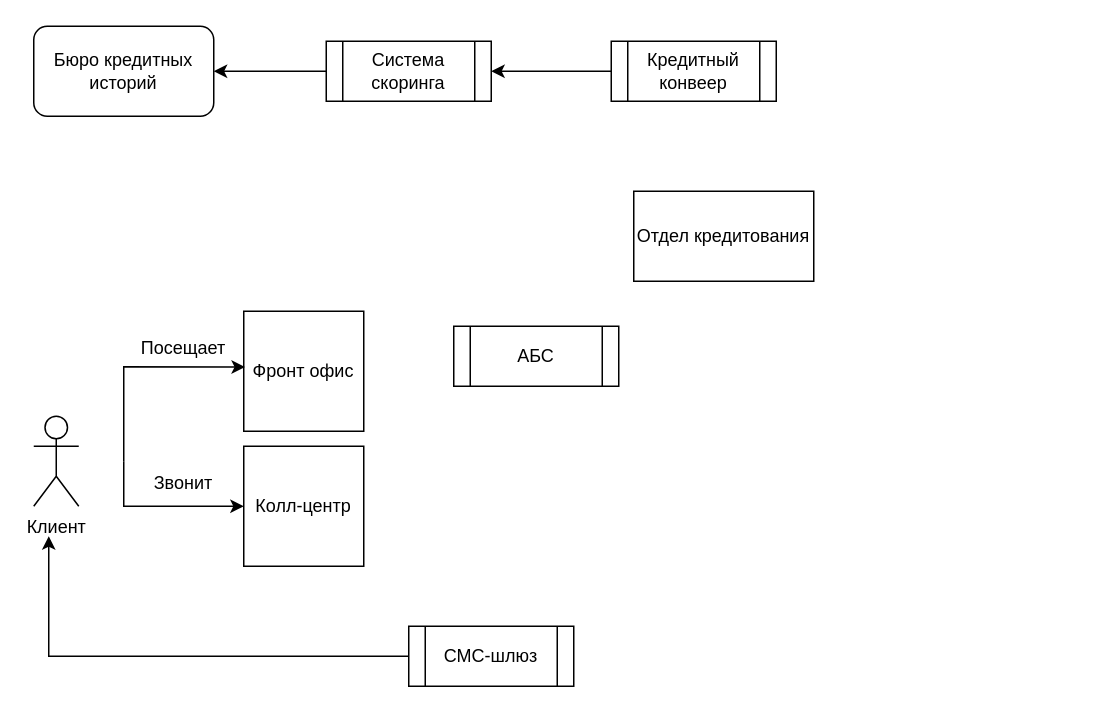
This is Task1/integration.drawio from grem0087/architecture-pro-standart, a draw.io file, before an edit. Source tidied: cells renumbered, new cells numbered last; positions are measured from the earlier drawing's top-left corner, leaving out a move shared by most shapes. Both pictures are drawn from the tidied source at 150%, with x=0, y=0 at pixel (33, 26).
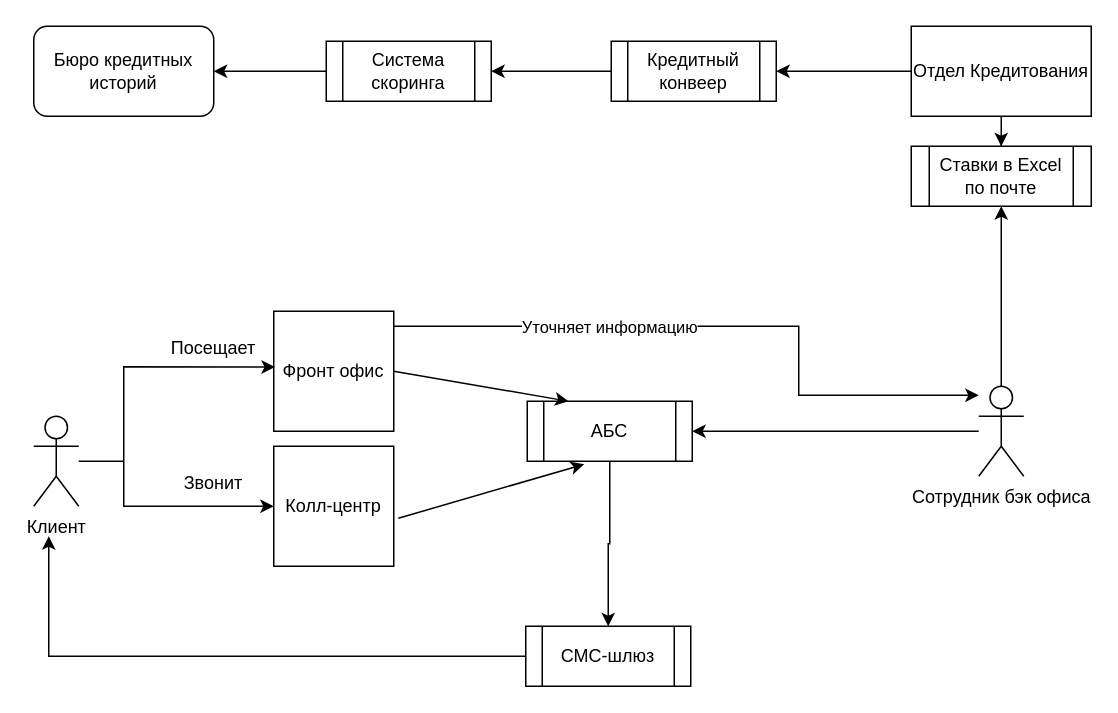
Above is the later version.

Unchanged cells that the change refers to:
```xml
<mxCell id="2" value="Клиент" style="shape=umlActor;verticalLabelPosition=bottom;verticalAlign=top;html=1;outlineConnect=0;" parent="1" vertex="1">
  <mxGeometry y="260" width="30" height="60" as="geometry" />
</mxCell>
<mxCell id="10" value="Кредитный конвеер" style="shape=process;whiteSpace=wrap;html=1;backgroundOutline=1;" parent="1" vertex="1">
  <mxGeometry x="385" y="10" width="110" height="40" as="geometry" />
</mxCell>
```

Change to the diagram source:
```diff
@@
+    <mxCell id="18" style="edgeStyle=orthogonalEdgeStyle;rounded=0;jettySize=auto;html=1;" parent="1" edge="1" source="3">
+      <mxGeometry relative="1" as="geometry">
+        <mxPoint x="630" y="246" as="targetPoint" />
+        <Array as="points">
+          <mxPoint x="510" y="200" />
+          <mxPoint x="510" y="246" />
+        </Array>
+      </mxGeometry>
+    </mxCell>
+    <mxCell id="19" value="Уточняет информацию" style="edgeLabel;html=1;align=center;verticalAlign=middle;" parent="18" vertex="1">
+      <mxGeometry x="-0.68" y="-3" relative="1" as="geometry">
+        <mxPoint x="73" y="-3" as="offset" />
+      </mxGeometry>
+    </mxCell>
     <mxCell id="3" value="Фронт офис" style="whiteSpace=wrap;html=1;" parent="1" vertex="1">
-      <mxGeometry x="140" y="190" width="80" height="80" as="geometry" />
+      <mxGeometry x="160" y="190" width="80" height="80" as="geometry" />
     </mxCell>
     <mxCell id="4" value="Колл-центр" style="whiteSpace=wrap;html=1;" parent="1" vertex="1">
-      <mxGeometry x="140" y="280" width="80" height="80" as="geometry" />
+      <mxGeometry x="160" y="280" width="80" height="80" as="geometry" />
     </mxCell>
@@
     <mxCell id="7" value="Посещает" style="text;html=1;whiteSpace=wrap;strokeColor=none;fillColor=none;align=center;verticalAlign=middle;rounded=0;" parent="1" vertex="1">
-      <mxGeometry x="70" y="200" width="60" height="30" as="geometry" />
+      <mxGeometry x="90" y="200" width="60" height="30" as="geometry" />
     </mxCell>
     <mxCell id="8" value="Звонит" style="text;html=1;whiteSpace=wrap;strokeColor=none;fillColor=none;align=center;verticalAlign=middle;rounded=0;" parent="1" vertex="1">
-      <mxGeometry x="70" y="290" width="60" height="30" as="geometry" />
+      <mxGeometry x="90" y="290" width="60" height="30" as="geometry" />
     </mxCell>
@@
-    <mxCell id="11" value="Отдел кредитования" style="rounded=0;whiteSpace=wrap;html=1;" parent="1" vertex="1">
-      <mxGeometry x="400" y="110" width="120" height="60" as="geometry" />
-    </mxCell>
@@
+    <mxCell id="20" style="edgeStyle=orthogonalEdgeStyle;rounded=0;jettySize=auto;html=1;" parent="1" edge="1" source="15" target="16">
+      <mxGeometry relative="1" as="geometry" />
+    </mxCell>
     <mxCell id="15" value="АБС" style="shape=process;whiteSpace=wrap;html=1;backgroundOutline=1;" parent="1" vertex="1">
-      <mxGeometry x="280" y="200" width="110" height="40" as="geometry" />
+      <mxGeometry x="329" y="250" width="110" height="40" as="geometry" />
     </mxCell>
     <mxCell id="16" value="СМС-шлюз" style="shape=process;whiteSpace=wrap;html=1;backgroundOutline=1;" parent="1" vertex="1">
-      <mxGeometry x="250" y="400" width="110" height="40" as="geometry" />
+      <mxGeometry x="328" y="400" width="110" height="40" as="geometry" />
     </mxCell>
@@
+    <mxCell id="21" style="endArrow=none;html=1;rounded=0;" parent="1" edge="1" source="2">
+      <mxGeometry relative="1" as="geometry">
+        <mxPoint x="60" y="290" as="targetPoint" />
+      </mxGeometry>
+    </mxCell>
+    <mxCell id="22" style="endArrow=classic;html=1;rounded=0;exitX=1;exitY=0.5;exitDx=0;exitDy=0;entryX=0.25;entryY=0;entryDx=0;entryDy=0;" parent="1" edge="1" source="3" target="15">
+      <mxGeometry relative="1" as="geometry" />
+    </mxCell>
+    <mxCell id="23" style="endArrow=classic;html=1;rounded=0;exitX=1.038;exitY=0.6;exitDx=0;exitDy=0;exitPerimeter=0;entryX=0.345;entryY=1.05;entryDx=0;entryDy=0;entryPerimeter=0;" parent="1" edge="1" source="4" target="15">
+      <mxGeometry relative="1" as="geometry" />
+    </mxCell>
+    <mxCell id="24" style="edgeStyle=orthogonalEdgeStyle;rounded=0;jettySize=auto;html=1;" parent="1" edge="1" source="26" target="30">
+      <mxGeometry relative="1" as="geometry" />
+    </mxCell>
+    <mxCell id="25" style="edgeStyle=orthogonalEdgeStyle;rounded=0;jettySize=auto;html=1;entryX=1;entryY=0.5;entryDx=0;entryDy=0;" parent="1" edge="1" source="26" target="15">
+      <mxGeometry relative="1" as="geometry" />
+    </mxCell>
+    <mxCell id="26" value="Сотрудник бэк офиса" style="shape=umlActor;verticalLabelPosition=bottom;verticalAlign=top;html=1;outlineConnect=0;" parent="1" vertex="1">
+      <mxGeometry x="630" y="240" width="30" height="60" as="geometry" />
+    </mxCell>
+    <mxCell id="27" style="edgeStyle=orthogonalEdgeStyle;rounded=0;jettySize=auto;html=1;entryX=1;entryY=0.5;entryDx=0;entryDy=0;" parent="1" edge="1" source="29" target="10">
+      <mxGeometry relative="1" as="geometry" />
+    </mxCell>
+    <mxCell id="28" style="edgeStyle=orthogonalEdgeStyle;rounded=0;jettySize=auto;html=1;entryX=0.5;entryY=0;entryDx=0;entryDy=0;" parent="1" edge="1" source="29" target="30">
+      <mxGeometry relative="1" as="geometry" />
+    </mxCell>
+    <mxCell id="29" value="Отдел Кредитования" style="rounded=0;whiteSpace=wrap;html=1;" parent="1" vertex="1">
+      <mxGeometry x="585" width="120" height="60" as="geometry" />
+    </mxCell>
+    <mxCell id="30" value="Ставки в Excel по почте" style="shape=process;whiteSpace=wrap;html=1;backgroundOutline=1;" parent="1" vertex="1">
+      <mxGeometry x="585" y="80" width="120" height="40" as="geometry" />
+    </mxCell>
```
